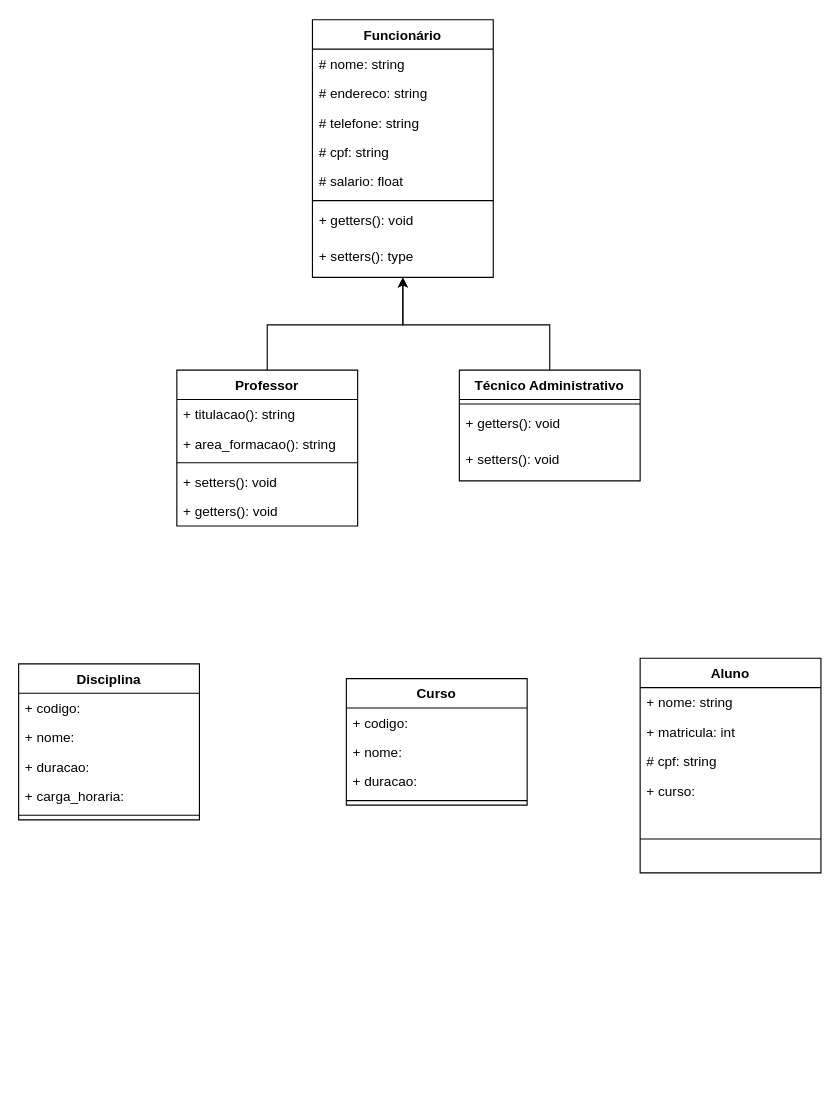
This is EQ3-UML-Gestao_academica.drawio from Karolayne-silva/atv-sistemaDeGestaoAcademica, a draw.io file, before an edit. Source tidied: cells renumbered, new cells numbered last; positions are measured from the earlier drawing's top-left corner, leaving out a move shared by most shapes. Both pictures are drawn from the tidied source at 113%, with x=0, y=0 at pixel (18, 19).
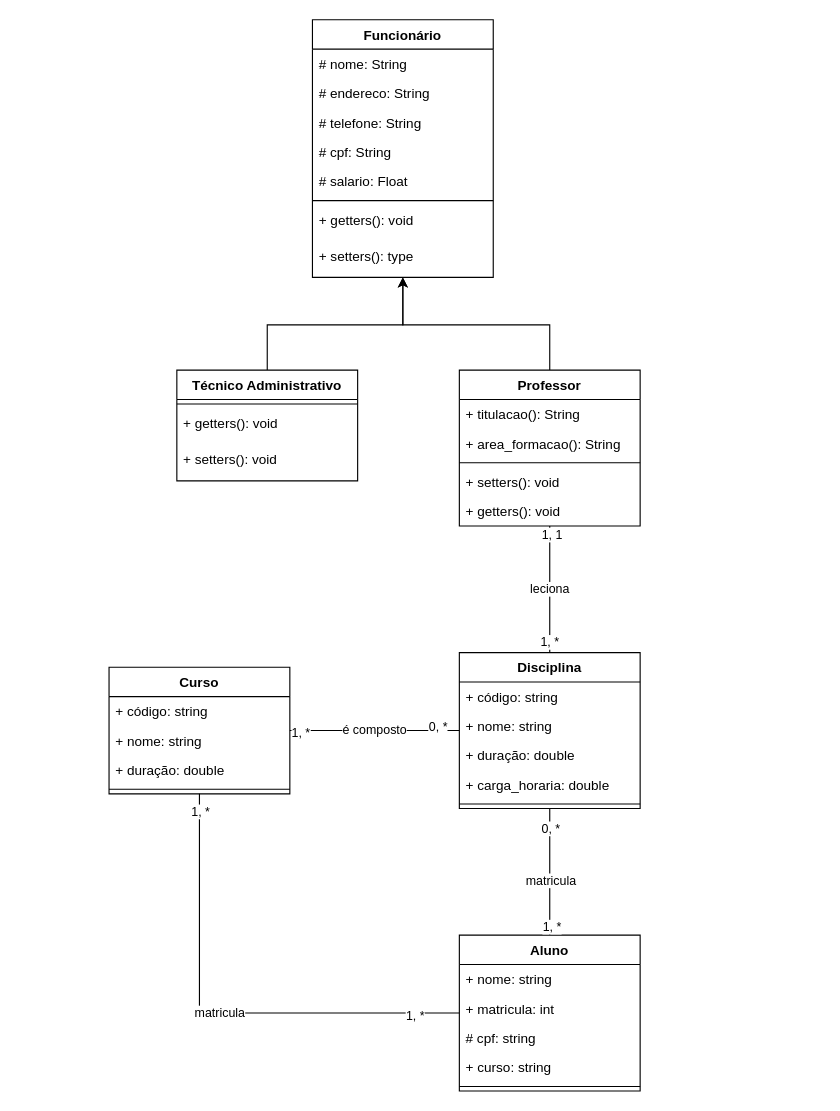
The same diagram, later.

Commit message:
docs: Ajustes nas relacoes das entidades no Diagrama de Classes

The change refers to these unchanged cells:
```xml
<mxCell id="2" value="Funcionário&#10;" style="swimlane;fontStyle=1;align=center;verticalAlign=top;horizontal=1;startSize=26;" parent="1" vertex="1">
  <mxGeometry x="260" width="160" height="228" as="geometry" />
</mxCell>
```

The edit, as a diff of the source:
```diff
@@
-    <mxCell id="3" value="# nome: string" style="text;strokeColor=none;fillColor=none;align=left;verticalAlign=top;spacingLeft=4;spacingRight=4;overflow=hidden;" parent="2" vertex="1">
+    <mxCell id="3" value="# nome: String" style="text;strokeColor=none;fillColor=none;align=left;verticalAlign=top;spacingLeft=4;spacingRight=4;overflow=hidden;" parent="2" vertex="1">
       <mxGeometry y="26" width="160" height="26" as="geometry" />
     </mxCell>
-    <mxCell id="4" value="# endereco: string" style="text;strokeColor=none;fillColor=none;align=left;verticalAlign=top;spacingLeft=4;spacingRight=4;overflow=hidden;" parent="2" vertex="1">
+    <mxCell id="4" value="# endereco: String" style="text;strokeColor=none;fillColor=none;align=left;verticalAlign=top;spacingLeft=4;spacingRight=4;overflow=hidden;" parent="2" vertex="1">
       <mxGeometry y="52" width="160" height="26" as="geometry" />
     </mxCell>
-    <mxCell id="5" value="# telefone: string" style="text;strokeColor=none;fillColor=none;align=left;verticalAlign=top;spacingLeft=4;spacingRight=4;overflow=hidden;" parent="2" vertex="1">
+    <mxCell id="5" value="# telefone: String" style="text;strokeColor=none;fillColor=none;align=left;verticalAlign=top;spacingLeft=4;spacingRight=4;overflow=hidden;" parent="2" vertex="1">
       <mxGeometry y="78" width="160" height="26" as="geometry" />
     </mxCell>
-    <mxCell id="6" value="# cpf: string" style="text;strokeColor=none;fillColor=none;align=left;verticalAlign=top;spacingLeft=4;spacingRight=4;overflow=hidden;" parent="2" vertex="1">
+    <mxCell id="6" value="# cpf: String" style="text;strokeColor=none;fillColor=none;align=left;verticalAlign=top;spacingLeft=4;spacingRight=4;overflow=hidden;" parent="2" vertex="1">
       <mxGeometry y="104" width="160" height="26" as="geometry" />
     </mxCell>
-    <mxCell id="7" value="# salario: float" style="text;strokeColor=none;fillColor=none;align=left;verticalAlign=top;spacingLeft=4;spacingRight=4;overflow=hidden;" parent="2" vertex="1">
+    <mxCell id="7" value="# salario: Float" style="text;strokeColor=none;fillColor=none;align=left;verticalAlign=top;spacingLeft=4;spacingRight=4;overflow=hidden;" parent="2" vertex="1">
       <mxGeometry y="130" width="160" height="26" as="geometry" />
     </mxCell>
@@
-    <mxCell id="11" value="Aluno" style="swimlane;fontStyle=1;align=center;verticalAlign=top;horizontal=1;startSize=26;" parent="1" vertex="1">
-      <mxGeometry x="550" y="565" width="160" height="190" as="geometry" />
-    </mxCell>
-    <mxCell id="12" value="+ nome: string" style="text;strokeColor=none;fillColor=none;align=left;verticalAlign=top;spacingLeft=4;spacingRight=4;overflow=hidden;" parent="11" vertex="1">
-      <mxGeometry y="26" width="160" height="26" as="geometry" />
-    </mxCell>
-    <mxCell id="13" value="+ matricula: int " style="text;strokeColor=none;fillColor=none;align=left;verticalAlign=top;spacingLeft=4;spacingRight=4;overflow=hidden;" parent="11" vertex="1">
-      <mxGeometry y="52" width="160" height="26" as="geometry" />
-    </mxCell>
-    <mxCell id="14" value="# cpf: string" style="text;strokeColor=none;fillColor=none;align=left;verticalAlign=top;spacingLeft=4;spacingRight=4;overflow=hidden;" parent="11" vertex="1">
-      <mxGeometry y="78" width="160" height="26" as="geometry" />
-    </mxCell>
-    <mxCell id="15" value="+ curso: " style="text;strokeColor=none;fillColor=none;align=left;verticalAlign=top;spacingLeft=4;spacingRight=4;overflow=hidden;" parent="11" vertex="1">
-      <mxGeometry y="104" width="160" height="26" as="geometry" />
-    </mxCell>
-    <mxCell id="16" style="line;strokeWidth=1;fillColor=none;align=left;verticalAlign=middle;spacingTop=-1;spacingLeft=3;spacingRight=3;labelPosition=right;strokeColor=inherit;" parent="11" vertex="1">
-      <mxGeometry y="130" width="160" height="60" as="geometry" />
-    </mxCell>
     <mxCell id="17" value="Curso" style="swimlane;fontStyle=1;align=center;verticalAlign=top;horizontal=1;startSize=26;" parent="1" vertex="1">
-      <mxGeometry x="290" y="583" width="160" height="112" as="geometry" />
+      <mxGeometry x="80" y="573" width="160" height="112" as="geometry" />
     </mxCell>
-    <mxCell id="18" value="+ codigo:" style="text;strokeColor=none;fillColor=none;align=left;verticalAlign=top;spacingLeft=4;spacingRight=4;overflow=hidden;" parent="17" vertex="1">
+    <mxCell id="18" value="+ código: string" style="text;strokeColor=none;fillColor=none;align=left;verticalAlign=top;spacingLeft=4;spacingRight=4;overflow=hidden;" parent="17" vertex="1">
       <mxGeometry y="26" width="160" height="26" as="geometry" />
     </mxCell>
-    <mxCell id="19" value="+ nome:" style="text;strokeColor=none;fillColor=none;align=left;verticalAlign=top;spacingLeft=4;spacingRight=4;overflow=hidden;" parent="17" vertex="1">
+    <mxCell id="19" value="+ nome: string" style="text;strokeColor=none;fillColor=none;align=left;verticalAlign=top;spacingLeft=4;spacingRight=4;overflow=hidden;" parent="17" vertex="1">
       <mxGeometry y="52" width="160" height="26" as="geometry" />
     </mxCell>
-    <mxCell id="20" value="+ duracao:" style="text;strokeColor=none;fillColor=none;align=left;verticalAlign=top;spacingLeft=4;spacingRight=4;overflow=hidden;" parent="17" vertex="1">
+    <mxCell id="20" value="+ duração: double" style="text;strokeColor=none;fillColor=none;align=left;verticalAlign=top;spacingLeft=4;spacingRight=4;overflow=hidden;" parent="17" vertex="1">
       <mxGeometry y="78" width="160" height="26" as="geometry" />
     </mxCell>
@@
     <mxCell id="22" value="Disciplina" style="swimlane;fontStyle=1;align=center;verticalAlign=top;horizontal=1;startSize=26;" parent="1" vertex="1">
-      <mxGeometry y="570" width="160" height="138" as="geometry" />
+      <mxGeometry x="390" y="560" width="160" height="138" as="geometry" />
     </mxCell>
-    <mxCell id="23" value="+ codigo:" style="text;strokeColor=none;fillColor=none;align=left;verticalAlign=top;spacingLeft=4;spacingRight=4;overflow=hidden;" parent="22" vertex="1">
+    <mxCell id="23" value="+ código: string" style="text;strokeColor=none;fillColor=none;align=left;verticalAlign=top;spacingLeft=4;spacingRight=4;overflow=hidden;" parent="22" vertex="1">
       <mxGeometry y="26" width="160" height="26" as="geometry" />
     </mxCell>
-    <mxCell id="24" value="+ nome:" style="text;strokeColor=none;fillColor=none;align=left;verticalAlign=top;spacingLeft=4;spacingRight=4;overflow=hidden;" parent="22" vertex="1">
+    <mxCell id="24" value="+ nome: string" style="text;strokeColor=none;fillColor=none;align=left;verticalAlign=top;spacingLeft=4;spacingRight=4;overflow=hidden;" parent="22" vertex="1">
       <mxGeometry y="52" width="160" height="26" as="geometry" />
     </mxCell>
-    <mxCell id="25" value="+ duracao:" style="text;strokeColor=none;fillColor=none;align=left;verticalAlign=top;spacingLeft=4;spacingRight=4;overflow=hidden;" parent="22" vertex="1">
+    <mxCell id="25" value="+ duração: double" style="text;strokeColor=none;fillColor=none;align=left;verticalAlign=top;spacingLeft=4;spacingRight=4;overflow=hidden;" parent="22" vertex="1">
       <mxGeometry y="78" width="160" height="26" as="geometry" />
     </mxCell>
-    <mxCell id="26" value="+ carga_horaria:" style="text;strokeColor=none;fillColor=none;align=left;verticalAlign=top;spacingLeft=4;spacingRight=4;overflow=hidden;" parent="22" vertex="1">
+    <mxCell id="26" value="+ carga_horaria: double" style="text;strokeColor=none;fillColor=none;align=left;verticalAlign=top;spacingLeft=4;spacingRight=4;overflow=hidden;" parent="22" vertex="1">
       <mxGeometry y="104" width="160" height="26" as="geometry" />
     </mxCell>
@@
-    <mxCell id="28" style="endArrow=classic;html=1;rounded=0;" parent="1" edge="1" source="30" target="2">
+    <mxCell id="28" style="endArrow=classic;html=1;rounded=0;" parent="1" edge="1" source="36" target="2">
       <mxGeometry relative="1" as="geometry">
         <Array as="points">
           <mxPoint x="220" y="270" />
           <mxPoint x="340" y="270" />
         </Array>
       </mxGeometry>
     </mxCell>
-    <mxCell id="29" style="endArrow=classic;html=1;rounded=0;" parent="1" edge="1" source="36" target="2">
+    <mxCell id="29" style="endArrow=classic;html=1;rounded=0;" parent="1" edge="1" source="30" target="2">
       <mxGeometry relative="1" as="geometry">
         <Array as="points">
           <mxPoint x="470" y="270" />
           <mxPoint x="340" y="270" />
         </Array>
       </mxGeometry>
     </mxCell>
+    <mxCell id="40" value="leciona" style="edgeStyle=orthogonalEdgeStyle;rounded=0;jettySize=auto;html=1;startArrow=none;startFill=0;endArrow=none;endFill=0;" parent="1" edge="1" source="30" target="22">
+      <mxGeometry relative="1" as="geometry" />
+    </mxCell>
+    <mxCell id="41" value="1, 1" style="edgeLabel;html=1;align=center;verticalAlign=middle;" parent="40" vertex="1">
+      <mxGeometry x="-0.87" y="1" relative="1" as="geometry" />
+    </mxCell>
+    <mxCell id="42" value="1, *" style="edgeLabel;html=1;align=center;verticalAlign=middle;" parent="40" vertex="1">
+      <mxGeometry x="0.83" y="-1" relative="1" as="geometry" />
+    </mxCell>
     <mxCell id="30" value="Professor&#10;" style="swimlane;fontStyle=1;align=center;verticalAlign=top;horizontal=1;startSize=26;" parent="1" vertex="1">
-      <mxGeometry x="140" y="310" width="160" height="138" as="geometry" />
+      <mxGeometry x="390" y="310" width="160" height="138" as="geometry" />
     </mxCell>
-    <mxCell id="31" value="+ titulacao(): string" style="text;strokeColor=none;fillColor=none;align=left;verticalAlign=top;spacingLeft=4;spacingRight=4;overflow=hidden;" parent="30" vertex="1">
+    <mxCell id="31" value="+ titulacao(): String" style="text;strokeColor=none;fillColor=none;align=left;verticalAlign=top;spacingLeft=4;spacingRight=4;overflow=hidden;" parent="30" vertex="1">
       <mxGeometry y="26" width="160" height="26" as="geometry" />
     </mxCell>
-    <mxCell id="32" value="+ area_formacao(): string" style="text;strokeColor=none;fillColor=none;align=left;verticalAlign=top;spacingLeft=4;spacingRight=4;overflow=hidden;" parent="30" vertex="1">
+    <mxCell id="32" value="+ area_formacao(): String" style="text;strokeColor=none;fillColor=none;align=left;verticalAlign=top;spacingLeft=4;spacingRight=4;overflow=hidden;" parent="30" vertex="1">
       <mxGeometry y="52" width="160" height="26" as="geometry" />
     </mxCell>
@@
     <mxCell id="36" value="Técnico Administrativo" style="swimlane;fontStyle=1;align=center;verticalAlign=top;horizontal=1;startSize=26;" parent="1" vertex="1">
-      <mxGeometry x="390" y="310" width="160" height="98" as="geometry" />
+      <mxGeometry x="140" y="310" width="160" height="98" as="geometry" />
     </mxCell>
@@
+    <mxCell id="11" value="Aluno" style="swimlane;fontStyle=1;align=center;verticalAlign=top;horizontal=1;startSize=26;" parent="1" vertex="1">
+      <mxGeometry x="390" y="810" width="160" height="138" as="geometry" />
+    </mxCell>
+    <mxCell id="12" value="+ nome: string" style="text;strokeColor=none;fillColor=none;align=left;verticalAlign=top;spacingLeft=4;spacingRight=4;overflow=hidden;" parent="11" vertex="1">
+      <mxGeometry y="26" width="160" height="26" as="geometry" />
+    </mxCell>
+    <mxCell id="13" value="+ matricula: int " style="text;strokeColor=none;fillColor=none;align=left;verticalAlign=top;spacingLeft=4;spacingRight=4;overflow=hidden;" parent="11" vertex="1">
+      <mxGeometry y="52" width="160" height="26" as="geometry" />
+    </mxCell>
+    <mxCell id="14" value="# cpf: string" style="text;strokeColor=none;fillColor=none;align=left;verticalAlign=top;spacingLeft=4;spacingRight=4;overflow=hidden;" parent="11" vertex="1">
+      <mxGeometry y="78" width="160" height="26" as="geometry" />
+    </mxCell>
+    <mxCell id="43" value="+ curso: string" style="text;strokeColor=none;fillColor=none;align=left;verticalAlign=top;spacingLeft=4;spacingRight=4;overflow=hidden;" parent="11" vertex="1">
+      <mxGeometry y="104" width="160" height="26" as="geometry" />
+    </mxCell>
+    <mxCell id="44" style="line;strokeWidth=1;fillColor=none;align=left;verticalAlign=middle;spacingTop=-1;spacingLeft=3;spacingRight=3;labelPosition=right;strokeColor=inherit;" parent="11" vertex="1">
+      <mxGeometry y="130" width="160" height="8" as="geometry" />
+    </mxCell>
+    <mxCell id="45" value="é composto" style="endArrow=none;html=1;edgeStyle=orthogonalEdgeStyle;rounded=0;" parent="1" edge="1" source="17" target="22">
+      <mxGeometry relative="1" as="geometry" />
+    </mxCell>
+    <mxCell id="46" value="1, *" style="edgeLabel;html=1;align=left;verticalAlign=bottom;" parent="45" vertex="1">
+      <mxGeometry x="-1" relative="1" as="geometry">
+        <mxPoint y="10" as="offset" />
+      </mxGeometry>
+    </mxCell>
+    <mxCell id="47" value="0, *" style="edgeLabel;html=1;align=right;verticalAlign=bottom;" parent="45" vertex="1">
+      <mxGeometry x="1" relative="1" as="geometry">
+        <mxPoint x="-10" y="5" as="offset" />
+      </mxGeometry>
+    </mxCell>
+    <mxCell id="48" style="endArrow=none;html=1;edgeStyle=orthogonalEdgeStyle;rounded=0;" parent="1" edge="1" source="11" target="22">
+      <mxGeometry relative="1" as="geometry" />
+    </mxCell>
+    <mxCell id="49" value="&lt;div style=&quot;&quot;&gt;matricula&lt;/div&gt;" style="edgeLabel;html=1;align=center;verticalAlign=bottom;" parent="48" vertex="1">
+      <mxGeometry x="-1" relative="1" as="geometry">
+        <mxPoint y="-40" as="offset" />
+      </mxGeometry>
+    </mxCell>
+    <mxCell id="50" value="0, *" style="edgeLabel;html=1;align=center;verticalAlign=bottom;" parent="48" vertex="1">
+      <mxGeometry x="1" relative="1" as="geometry">
+        <mxPoint y="26" as="offset" />
+      </mxGeometry>
+    </mxCell>
+    <mxCell id="51" value="1, *" style="edgeLabel;html=1;align=center;verticalAlign=middle;" parent="48" vertex="1">
+      <mxGeometry x="-0.9" y="-1" relative="1" as="geometry">
+        <mxPoint y="-2" as="offset" />
+      </mxGeometry>
+    </mxCell>
+    <mxCell id="52" value="matricula" style="endArrow=none;html=1;edgeStyle=orthogonalEdgeStyle;rounded=0;" parent="1" edge="1" source="11" target="17">
+      <mxGeometry relative="1" as="geometry" />
+    </mxCell>
+    <mxCell id="53" value="1, *" style="edgeLabel;html=1;align=center;verticalAlign=bottom;fontStyle=0;" parent="52" vertex="1">
+      <mxGeometry x="-1" relative="1" as="geometry">
+        <mxPoint x="-40" y="11" as="offset" />
+      </mxGeometry>
+    </mxCell>
+    <mxCell id="54" value="1, *" style="edgeLabel;html=1;align=center;verticalAlign=bottom;" parent="52" vertex="1">
+      <mxGeometry x="1" relative="1" as="geometry">
+        <mxPoint y="24" as="offset" />
+      </mxGeometry>
+    </mxCell>
```
